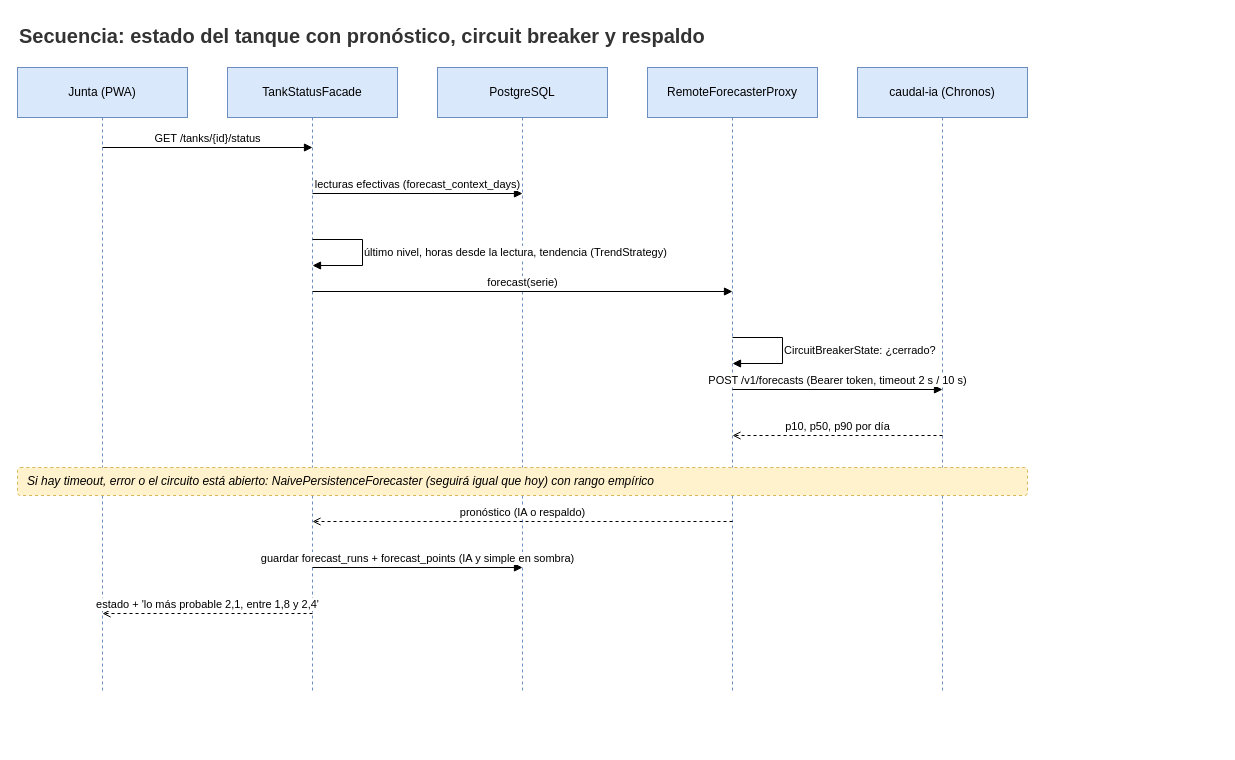
Earlier version of the draw.io diagram docs/images/secuencia-pronostico.drawio (NicoalsD/caudal-backend). Source tidied: cells renumbered, new cells numbered last; positions are measured from the earlier drawing's top-left corner, leaving out a move shared by most shapes. Both pictures are drawn from the tidied source at 100%, with x=0, y=0 at pixel (17, 17).
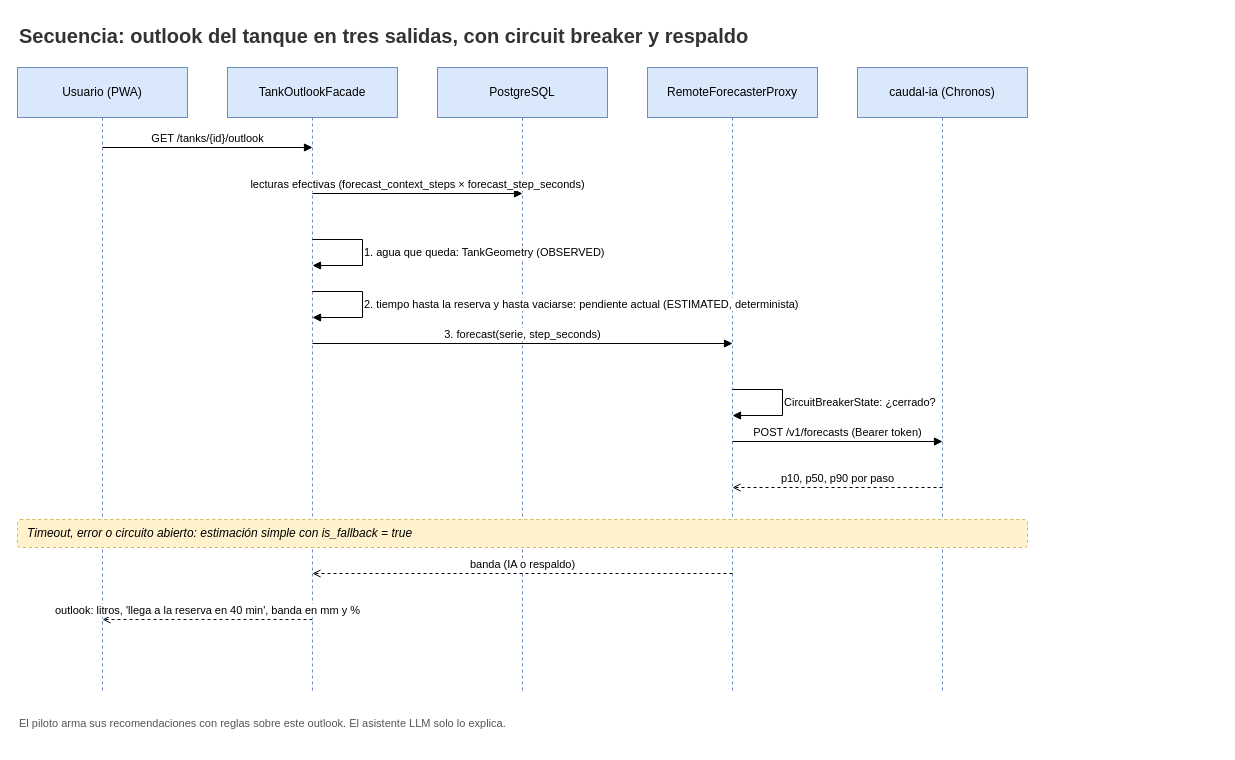
The same diagram, later.

Commit message (it also covers changes not shown here):
docs: actualiza las secuencias de login, telemetría y pronóstico

Diff of the diagram source:
```diff
@@
-    <mxCell id="2" value="Secuencia: estado del tanque con pronóstico, circuit breaker y respaldo" style="text;html=1;whiteSpace=wrap;fontSize=20;align=left;verticalAlign=middle;fontColor=#333333;fontStyle=1;" parent="1" vertex="1">
+    <mxCell id="2" value="Secuencia: outlook del tanque en tres salidas, con circuit breaker y respaldo" style="text;html=1;whiteSpace=wrap;fontSize=20;align=left;verticalAlign=middle;fontColor=#333333;fontStyle=1;" parent="1" vertex="1">
       <mxGeometry width="1200" height="36" as="geometry" />
     </mxCell>
-    <mxCell id="3" value="Junta (PWA)" style="shape=umlLifeline;perimeter=lifelinePerimeter;whiteSpace=wrap;html=1;fillColor=#dae8fc;strokeColor=#6c8ebf;fontSize=12;size=50;" parent="1" vertex="1">
-      <mxGeometry y="50" width="170" height="626" as="geometry" />
-    </mxCell>
+    <mxCell id="19" value="Usuario (PWA)" style="shape=umlLifeline;perimeter=lifelinePerimeter;whiteSpace=wrap;html=1;fillColor=#dae8fc;strokeColor=#6c8ebf;fontSize=12;size=50;" parent="1" vertex="1">
+      <mxGeometry y="50" width="170" height="626" as="geometry" />
+    </mxCell>
-    <mxCell id="4" value="TankStatusFacade" style="shape=umlLifeline;perimeter=lifelinePerimeter;whiteSpace=wrap;html=1;fillColor=#dae8fc;strokeColor=#6c8ebf;fontSize=12;size=50;" parent="1" vertex="1">
+    <mxCell id="4" value="TankOutlookFacade" style="shape=umlLifeline;perimeter=lifelinePerimeter;whiteSpace=wrap;html=1;fillColor=#dae8fc;strokeColor=#6c8ebf;fontSize=12;size=50;" parent="1" vertex="1">
       <mxGeometry x="210" y="50" width="170" height="626" as="geometry" />
     </mxCell>
@@
-    <mxCell id="8" value="GET /tanks/{id}/status" style="html=1;endArrow=block;endFill=1;rounded=0;fontSize=11;labelBackgroundColor=#ffffff;verticalAlign=bottom;" parent="1" edge="1">
+    <mxCell id="8" value="GET /tanks/{id}/outlook" style="html=1;endArrow=block;endFill=1;rounded=0;fontSize=11;labelBackgroundColor=#ffffff;verticalAlign=bottom;" parent="1" edge="1">
       <mxGeometry relative="1" as="geometry">
         <mxPoint x="85" y="130" as="sourcePoint" />
         <mxPoint x="295" y="130" as="targetPoint" />
       </mxGeometry>
     </mxCell>
-    <mxCell id="9" value="lecturas efectivas (forecast_context_days)" style="html=1;endArrow=block;endFill=1;rounded=0;fontSize=11;labelBackgroundColor=#ffffff;verticalAlign=bottom;" parent="1" edge="1">
+    <mxCell id="9" value="lecturas efectivas (forecast_context_steps × forecast_step_seconds)" style="html=1;endArrow=block;endFill=1;rounded=0;fontSize=11;labelBackgroundColor=#ffffff;verticalAlign=bottom;" parent="1" edge="1">
       <mxGeometry relative="1" as="geometry">
         <mxPoint x="295" y="176" as="sourcePoint" />
         <mxPoint x="505" y="176" as="targetPoint" />
       </mxGeometry>
     </mxCell>
-    <mxCell id="10" value="último nivel, horas desde la lectura, tendencia (TrendStrategy)" style="html=1;endArrow=block;rounded=0;fontSize=11;align=left;labelBackgroundColor=#ffffff;edgeStyle=none;" parent="1" edge="1">
+    <mxCell id="10" value="1. agua que queda: TankGeometry (OBSERVED)" style="html=1;endArrow=block;rounded=0;fontSize=11;align=left;labelBackgroundColor=#ffffff;edgeStyle=none;" parent="1" edge="1">
       <mxGeometry relative="1" as="geometry">
         <mxPoint x="295" y="222" as="sourcePoint" />
         <mxPoint x="295" y="248" as="targetPoint" />
         <Array as="points">
           <mxPoint x="345" y="222" />
           <mxPoint x="345" y="248" />
         </Array>
       </mxGeometry>
     </mxCell>
-    <mxCell id="11" value="forecast(serie)" style="html=1;endArrow=block;endFill=1;rounded=0;fontSize=11;labelBackgroundColor=#ffffff;verticalAlign=bottom;" parent="1" edge="1">
+    <mxCell id="11" value="2. tiempo hasta la reserva y hasta vaciarse: pendiente actual (ESTIMATED, determinista)" style="html=1;endArrow=block;rounded=0;fontSize=11;align=left;labelBackgroundColor=#ffffff;edgeStyle=none;" parent="1" edge="1">
       <mxGeometry relative="1" as="geometry">
         <mxPoint x="295" y="274" as="sourcePoint" />
-        <mxPoint x="715" y="274" as="targetPoint" />
+        <mxPoint x="295" y="300" as="targetPoint" />
+        <Array as="points">
+          <mxPoint x="345" y="274" />
+          <mxPoint x="345" y="300" />
+        </Array>
       </mxGeometry>
     </mxCell>
-    <mxCell id="12" value="CircuitBreakerState: ¿cerrado?" style="html=1;endArrow=block;rounded=0;fontSize=11;align=left;labelBackgroundColor=#ffffff;edgeStyle=none;" parent="1" edge="1">
+    <mxCell id="12" value="3. forecast(serie, step_seconds)" style="html=1;endArrow=block;endFill=1;rounded=0;fontSize=11;labelBackgroundColor=#ffffff;verticalAlign=bottom;" parent="1" edge="1">
       <mxGeometry relative="1" as="geometry">
-        <mxPoint x="715" y="320" as="sourcePoint" />
-        <mxPoint x="715" y="346" as="targetPoint" />
-        <Array as="points">
-          <mxPoint x="765" y="320" />
-          <mxPoint x="765" y="346" />
-        </Array>
+        <mxPoint x="295" y="326" as="sourcePoint" />
+        <mxPoint x="715" y="326" as="targetPoint" />
       </mxGeometry>
     </mxCell>
-    <mxCell id="13" value="POST /v1/forecasts (Bearer token, timeout 2 s / 10 s)" style="html=1;endArrow=block;endFill=1;rounded=0;fontSize=11;labelBackgroundColor=#ffffff;verticalAlign=bottom;" parent="1" edge="1">
+    <mxCell id="13" value="CircuitBreakerState: ¿cerrado?" style="html=1;endArrow=block;rounded=0;fontSize=11;align=left;labelBackgroundColor=#ffffff;edgeStyle=none;" parent="1" edge="1">
       <mxGeometry relative="1" as="geometry">
         <mxPoint x="715" y="372" as="sourcePoint" />
-        <mxPoint x="925" y="372" as="targetPoint" />
+        <mxPoint x="715" y="398" as="targetPoint" />
+        <Array as="points">
+          <mxPoint x="765" y="372" />
+          <mxPoint x="765" y="398" />
+        </Array>
       </mxGeometry>
     </mxCell>
-    <mxCell id="14" value="p10, p50, p90 por día" style="html=1;endArrow=open;endFill=1;rounded=0;fontSize=11;labelBackgroundColor=#ffffff;verticalAlign=bottom;dashed=1;" parent="1" edge="1">
+    <mxCell id="14" value="POST /v1/forecasts (Bearer token)" style="html=1;endArrow=block;endFill=1;rounded=0;fontSize=11;labelBackgroundColor=#ffffff;verticalAlign=bottom;" parent="1" edge="1">
       <mxGeometry relative="1" as="geometry">
-        <mxPoint x="925" y="418" as="sourcePoint" />
-        <mxPoint x="715" y="418" as="targetPoint" />
+        <mxPoint x="715" y="424" as="sourcePoint" />
+        <mxPoint x="925" y="424" as="targetPoint" />
       </mxGeometry>
     </mxCell>
-    <mxCell id="15" value="Si hay timeout, error o el circuito está abierto: NaivePersistenceForecaster (seguirá igual que hoy) con rango empírico" style="rounded=1;whiteSpace=wrap;html=1;fillColor=#fff2cc;strokeColor=#d6b656;fontSize=12;arcSize=10;dashed=1;align=left;spacingLeft=8;fontStyle=2;" parent="1" vertex="1">
-      <mxGeometry y="450" width="1010" height="28" as="geometry" />
-    </mxCell>
-    <mxCell id="16" value="pronóstico (IA o respaldo)" style="html=1;endArrow=open;endFill=1;rounded=0;fontSize=11;labelBackgroundColor=#ffffff;verticalAlign=bottom;dashed=1;" parent="1" edge="1">
-      <mxGeometry relative="1" as="geometry">
-        <mxPoint x="715" y="504" as="sourcePoint" />
-        <mxPoint x="295" y="504" as="targetPoint" />
-      </mxGeometry>
-    </mxCell>
+    <mxCell id="20" value="p10, p50, p90 por paso" style="html=1;endArrow=open;endFill=1;rounded=0;fontSize=11;labelBackgroundColor=#ffffff;verticalAlign=bottom;dashed=1;" parent="1" edge="1">
+      <mxGeometry relative="1" as="geometry">
+        <mxPoint x="925" y="470" as="sourcePoint" />
+        <mxPoint x="715" y="470" as="targetPoint" />
+      </mxGeometry>
+    </mxCell>
+    <mxCell id="21" value="Timeout, error o circuito abierto: estimación simple con is_fallback = true" style="rounded=1;whiteSpace=wrap;html=1;fillColor=#fff2cc;strokeColor=#d6b656;fontSize=12;arcSize=10;dashed=1;align=left;spacingLeft=8;fontStyle=2;" parent="1" vertex="1">
+      <mxGeometry y="502" width="1010" height="28" as="geometry" />
+    </mxCell>
-    <mxCell id="17" value="guardar forecast_runs + forecast_points (IA y simple en sombra)" style="html=1;endArrow=block;endFill=1;rounded=0;fontSize=11;labelBackgroundColor=#ffffff;verticalAlign=bottom;" parent="1" edge="1">
+    <mxCell id="17" value="banda (IA o respaldo)" style="html=1;endArrow=open;endFill=1;rounded=0;fontSize=11;labelBackgroundColor=#ffffff;verticalAlign=bottom;dashed=1;" parent="1" edge="1">
       <mxGeometry relative="1" as="geometry">
-        <mxPoint x="295" y="550" as="sourcePoint" />
-        <mxPoint x="505" y="550" as="targetPoint" />
+        <mxPoint x="715" y="556" as="sourcePoint" />
+        <mxPoint x="295" y="556" as="targetPoint" />
       </mxGeometry>
     </mxCell>
-    <mxCell id="18" value="estado + 'lo más probable 2,1, entre 1,8 y 2,4'" style="html=1;endArrow=open;endFill=1;rounded=0;fontSize=11;labelBackgroundColor=#ffffff;verticalAlign=bottom;dashed=1;" parent="1" edge="1">
+    <mxCell id="18" value="outlook: litros, 'llega a la reserva en 40 min', banda en mm y %" style="html=1;endArrow=open;endFill=1;rounded=0;fontSize=11;labelBackgroundColor=#ffffff;verticalAlign=bottom;dashed=1;" parent="1" edge="1">
       <mxGeometry relative="1" as="geometry">
-        <mxPoint x="295" y="596" as="sourcePoint" />
-        <mxPoint x="85" y="596" as="targetPoint" />
+        <mxPoint x="295" y="602" as="sourcePoint" />
+        <mxPoint x="85" y="602" as="targetPoint" />
       </mxGeometry>
     </mxCell>
+    <mxCell id="22" value="El piloto arma sus recomendaciones con reglas sobre este outlook. El asistente LLM solo lo explica." style="text;html=1;whiteSpace=wrap;fontSize=11;align=left;verticalAlign=middle;fontColor=#555555;" parent="1" vertex="1">
+      <mxGeometry y="686" width="1010" height="40" as="geometry" />
+    </mxCell>
```
